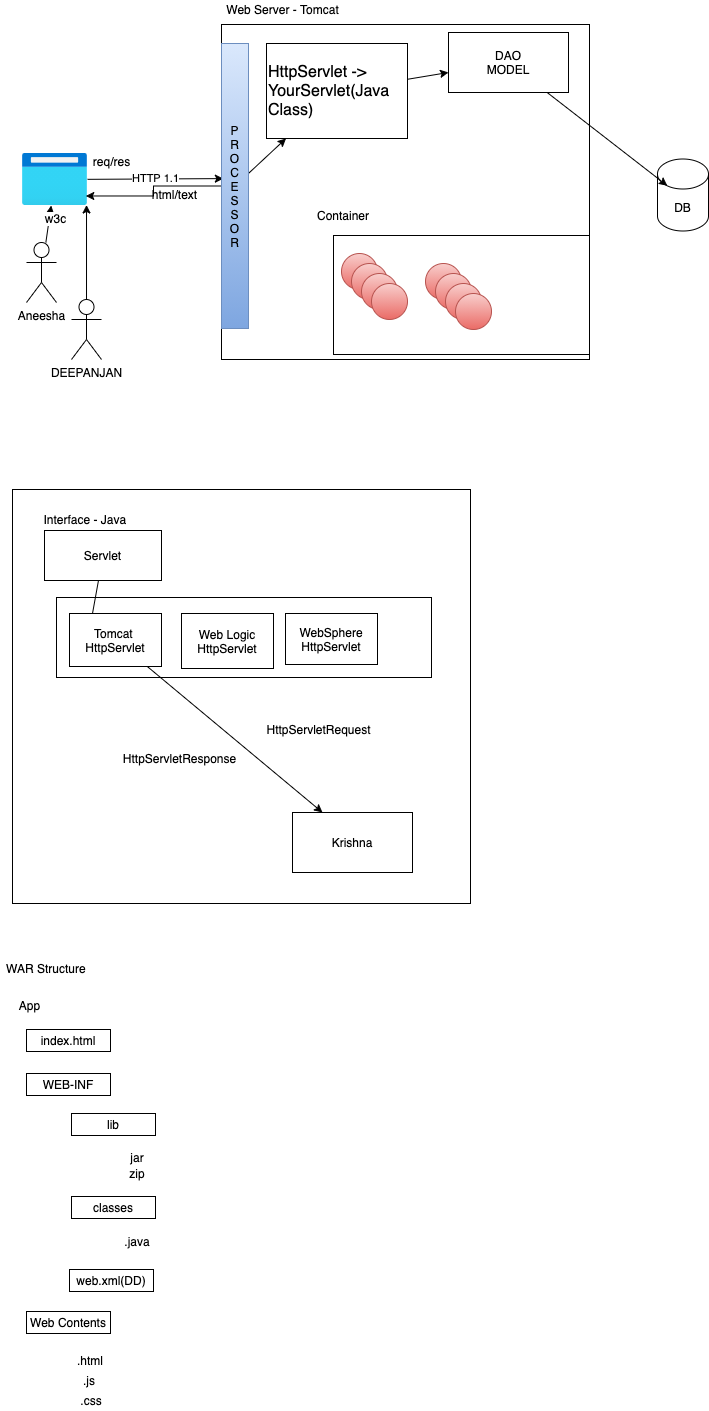
adithnaveen/sapient-freshers-2021-jun-asde keeps this draw.io diagram as images/http-request.drawio.png. Above is the earlier version. Source tidied: cells renumbered, new cells last; positions are measured from the earlier drawing's top-left corner, leaving out a move shared by most shapes.
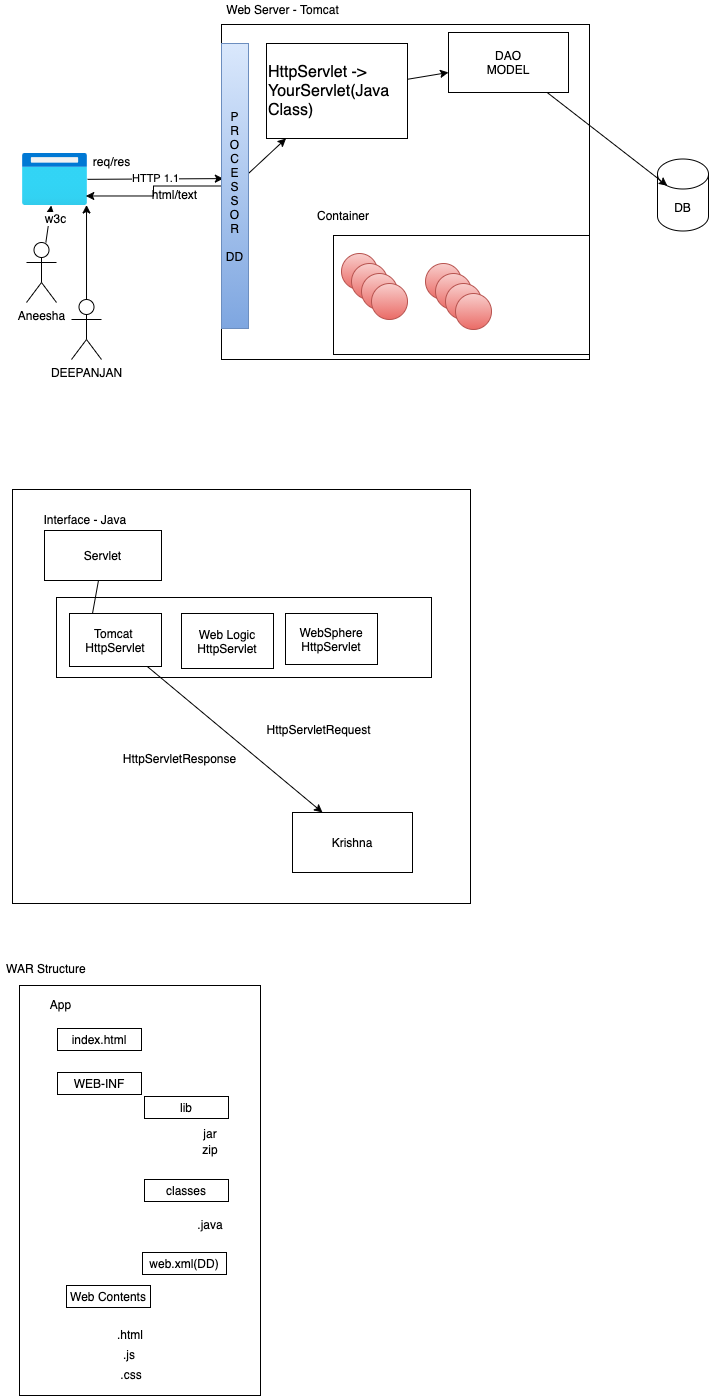
The same diagram one commit later.

Commit message:
added html codes

Diff of the diagram source:
```diff
@@ -32,7 +32,7 @@
     <mxCell id="11" style="edgeStyle=elbowEdgeStyle;rounded=0;jettySize=auto;html=1;entryX=0.974;entryY=0.817;entryDx=0;entryDy=0;entryPerimeter=0;" parent="1" edge="1" source="12" target="7">
       <mxGeometry relative="1" as="geometry" />
     </mxCell>
-    <mxCell id="12" value="&lt;font color=&quot;#000000&quot;&gt;P&lt;br&gt;R&lt;br&gt;O&lt;br&gt;C&lt;br&gt;E&lt;br&gt;S&lt;br&gt;S&lt;br&gt;O&lt;br&gt;R&lt;/font&gt;" style="rounded=0;whiteSpace=wrap;html=1;gradientColor=#7ea6e0;fillColor=#dae8fc;strokeColor=#6c8ebf;" parent="1" vertex="1">
+    <mxCell id="12" value="&lt;font color=&quot;#000000&quot;&gt;P&lt;br&gt;R&lt;br&gt;O&lt;br&gt;C&lt;br&gt;E&lt;br&gt;S&lt;br&gt;S&lt;br&gt;O&lt;br&gt;R&lt;br&gt;&lt;br&gt;DD&lt;br&gt;&lt;/font&gt;" style="rounded=0;whiteSpace=wrap;html=1;gradientColor=#7ea6e0;fillColor=#dae8fc;strokeColor=#6c8ebf;" parent="1" vertex="1">
       <mxGeometry x="221" y="43" width="27" height="285" as="geometry" />
     </mxCell>
     <mxCell id="13" style="rounded=0;whiteSpace=wrap;html=1;" parent="1" vertex="1">
@@ -119,50 +119,62 @@
     <mxCell id="40" value="WAR Structure&amp;nbsp;" style="text;html=1;align=center;verticalAlign=middle;strokeColor=none;" parent="1" vertex="1">
       <mxGeometry y="959" width="93" height="17" as="geometry" />
     </mxCell>
+    <mxCell id="54" value="html/text" style="text;html=1;align=center;verticalAlign=middle;strokeColor=none;" parent="1" vertex="1">
+      <mxGeometry x="146" y="185" width="55" height="17" as="geometry" />
+    </mxCell>
+    <mxCell id="55" value="req/res" style="text;html=1;align=center;verticalAlign=middle;strokeColor=none;" parent="1" vertex="1">
+      <mxGeometry x="87" y="152" width="48" height="17" as="geometry" />
+    </mxCell>
+    <mxCell id="56" style="group;" parent="1" vertex="1">
+      <mxGeometry x="44" y="995" width="216" height="400" as="geometry" />
+    </mxCell>
+    <mxCell id="57" style="rounded=0;whiteSpace=wrap;html=1;" parent="56" vertex="1">
+      <mxGeometry x="-25" y="-10" width="241" height="410" as="geometry" />
+    </mxCell>
-    <mxCell id="41" value="App" style="text;html=1;align=center;verticalAlign=middle;strokeColor=none;" parent="1" vertex="1">
-      <mxGeometry x="13" y="996" width="32" height="17" as="geometry" />
+    <mxCell id="41" value="App" style="text;html=1;align=center;verticalAlign=middle;strokeColor=none;" parent="56" vertex="1">
+      <mxGeometry width="32" height="17" as="geometry" />
     </mxCell>
-    <mxCell id="42" value="index.html" style="rounded=0;whiteSpace=wrap;html=1;" parent="1" vertex="1">
-      <mxGeometry x="26" y="1029" width="84" height="22" as="geometry" />
+    <mxCell id="42" value="index.html" style="rounded=0;whiteSpace=wrap;html=1;" parent="56" vertex="1">
+      <mxGeometry x="13" y="33" width="84" height="22" as="geometry" />
     </mxCell>
-    <mxCell id="43" value="WEB-INF" style="rounded=0;whiteSpace=wrap;html=1;" parent="1" vertex="1">
-      <mxGeometry x="26" y="1073" width="84" height="22" as="geometry" />
+    <mxCell id="43" value="WEB-INF" style="rounded=0;whiteSpace=wrap;html=1;" parent="56" vertex="1">
+      <mxGeometry x="13" y="77" width="84" height="22" as="geometry" />
     </mxCell>
+    <mxCell id="58" style="group;" parent="56" vertex="1">
+      <mxGeometry x="98" y="101" width="88" height="178" as="geometry" />
+    </mxCell>
-    <mxCell id="44" value="lib" style="rounded=0;whiteSpace=wrap;html=1;" parent="1" vertex="1">
-      <mxGeometry x="71" y="1113" width="84" height="22" as="geometry" />
+    <mxCell id="44" value="lib" style="rounded=0;whiteSpace=wrap;html=1;" parent="58" vertex="1">
+      <mxGeometry x="2" width="84" height="22" as="geometry" />
     </mxCell>
-    <mxCell id="45" value="classes" style="rounded=0;whiteSpace=wrap;html=1;" parent="1" vertex="1">
-      <mxGeometry x="71" y="1196" width="84" height="22" as="geometry" />
+    <mxCell id="45" value="classes" style="rounded=0;whiteSpace=wrap;html=1;" parent="58" vertex="1">
+      <mxGeometry x="2" y="83" width="84" height="22" as="geometry" />
     </mxCell>
-    <mxCell id="46" value="jar" style="text;html=1;strokeColor=none;fillColor=none;align=center;verticalAlign=middle;whiteSpace=wrap;rounded=0;" parent="1" vertex="1">
-      <mxGeometry x="117" y="1147" width="40" height="20" as="geometry" />
+    <mxCell id="46" value="jar" style="text;html=1;strokeColor=none;fillColor=none;align=center;verticalAlign=middle;whiteSpace=wrap;rounded=0;" parent="58" vertex="1">
+      <mxGeometry x="48" y="27" width="40" height="20" as="geometry" />
     </mxCell>
-    <mxCell id="47" value="zip" style="text;html=1;strokeColor=none;fillColor=none;align=center;verticalAlign=middle;whiteSpace=wrap;rounded=0;" parent="1" vertex="1">
-      <mxGeometry x="117" y="1163" width="40" height="20" as="geometry" />
+    <mxCell id="47" value="zip" style="text;html=1;strokeColor=none;fillColor=none;align=center;verticalAlign=middle;whiteSpace=wrap;rounded=0;" parent="58" vertex="1">
+      <mxGeometry x="48" y="43" width="40" height="20" as="geometry" />
     </mxCell>
-    <mxCell id="48" value=".java" style="text;html=1;strokeColor=none;fillColor=none;align=center;verticalAlign=middle;whiteSpace=wrap;rounded=0;" parent="1" vertex="1">
-      <mxGeometry x="117" y="1231" width="40" height="20" as="geometry" />
+    <mxCell id="48" value=".java" style="text;html=1;strokeColor=none;fillColor=none;align=center;verticalAlign=middle;whiteSpace=wrap;rounded=0;" parent="58" vertex="1">
+      <mxGeometry x="48" y="118" width="40" height="20" as="geometry" />
     </mxCell>
-    <mxCell id="49" value="web.xml(DD)" style="rounded=0;whiteSpace=wrap;html=1;" parent="1" vertex="1">
-      <mxGeometry x="69" y="1269" width="84" height="22" as="geometry" />
+    <mxCell id="49" value="web.xml(DD)" style="rounded=0;whiteSpace=wrap;html=1;" parent="58" vertex="1">
+      <mxGeometry y="156" width="84" height="22" as="geometry" />
     </mxCell>
+    <mxCell id="59" style="group;" parent="56" vertex="1">
+      <mxGeometry x="22" y="290" width="85" height="99" as="geometry" />
+    </mxCell>
-    <mxCell id="50" value="Web Contents" style="rounded=0;whiteSpace=wrap;html=1;" parent="1" vertex="1">
-      <mxGeometry x="26" y="1311" width="84" height="22" as="geometry" />
+    <mxCell id="50" value="Web Contents" style="rounded=0;whiteSpace=wrap;html=1;" parent="59" vertex="1">
+      <mxGeometry width="84" height="22" as="geometry" />
     </mxCell>
-    <mxCell id="51" value=".html" style="text;html=1;strokeColor=none;fillColor=none;align=center;verticalAlign=middle;whiteSpace=wrap;rounded=0;" parent="1" vertex="1">
-      <mxGeometry x="70" y="1350" width="40" height="20" as="geometry" />
+    <mxCell id="51" value=".html" style="text;html=1;strokeColor=none;fillColor=none;align=center;verticalAlign=middle;whiteSpace=wrap;rounded=0;" parent="59" vertex="1">
+      <mxGeometry x="44" y="39" width="40" height="20" as="geometry" />
     </mxCell>
-    <mxCell id="52" value=".js" style="text;html=1;strokeColor=none;fillColor=none;align=center;verticalAlign=middle;whiteSpace=wrap;rounded=0;" parent="1" vertex="1">
-      <mxGeometry x="69" y="1370" width="40" height="20" as="geometry" />
+    <mxCell id="52" value=".js" style="text;html=1;strokeColor=none;fillColor=none;align=center;verticalAlign=middle;whiteSpace=wrap;rounded=0;" parent="59" vertex="1">
+      <mxGeometry x="43" y="59" width="40" height="20" as="geometry" />
     </mxCell>
-    <mxCell id="53" value=".css" style="text;html=1;strokeColor=none;fillColor=none;align=center;verticalAlign=middle;whiteSpace=wrap;rounded=0;" parent="1" vertex="1">
-      <mxGeometry x="71" y="1390" width="40" height="20" as="geometry" />
+    <mxCell id="53" value=".css" style="text;html=1;strokeColor=none;fillColor=none;align=center;verticalAlign=middle;whiteSpace=wrap;rounded=0;" parent="59" vertex="1">
+      <mxGeometry x="45" y="79" width="40" height="20" as="geometry" />
     </mxCell>
-    <mxCell id="54" value="html/text" style="text;html=1;align=center;verticalAlign=middle;strokeColor=none;" parent="1" vertex="1">
-      <mxGeometry x="146" y="185" width="55" height="17" as="geometry" />
-    </mxCell>
-    <mxCell id="55" value="req/res" style="text;html=1;align=center;verticalAlign=middle;strokeColor=none;" parent="1" vertex="1">
-      <mxGeometry x="87" y="152" width="48" height="17" as="geometry" />
-    </mxCell>
   </root>
 </mxGraphModel>
```
